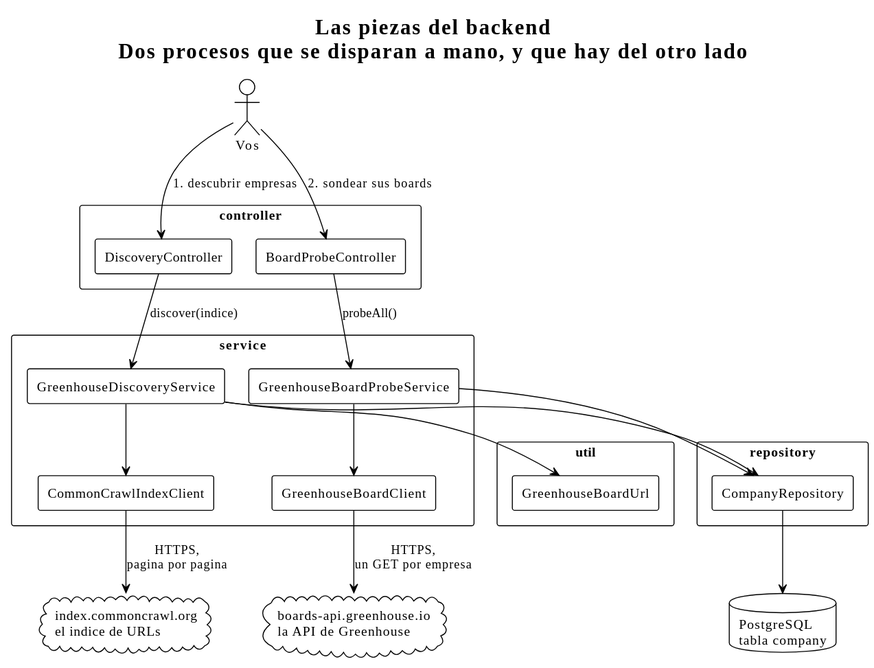
EliasNAires/oneprofile keeps this PlantUML diagram as docs/para-humanos/diagramas/panorama.svg. Above is the earlier version.
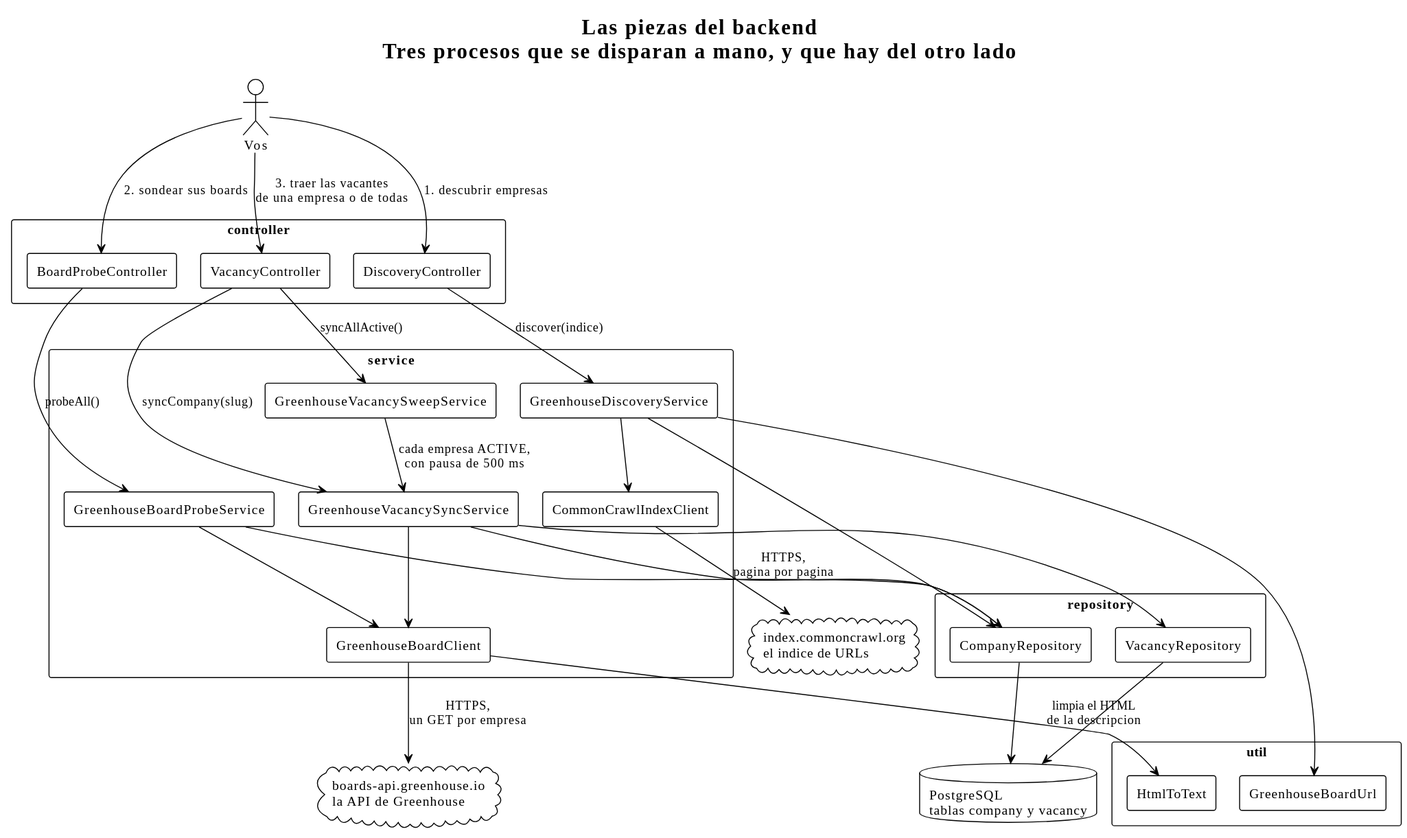
After the change.

The edit, as a diff of the source:
```diff
@@ -1,6 +1,6 @@
 @startuml
 !theme plain
-title Las piezas del backend\nDos procesos que se disparan a mano, y que hay del otro lado
+title Las piezas del backend\nTres procesos que se disparan a mano, y que hay del otro lado
 
 skinparam componentStyle rectangle
 skinparam shadowing false
@@ -12,40 +12,54 @@
 rectangle "controller" {
   [DiscoveryController] as ctrl
   [BoardProbeController] as probeCtrl
+  [VacancyController] as vacCtrl
 }
 
 rectangle "service" {
   [GreenhouseDiscoveryService] as svc
   [CommonCrawlIndexClient] as client
   [GreenhouseBoardProbeService] as probeSvc
+  [GreenhouseVacancySyncService] as vacSvc
+  [GreenhouseVacancySweepService] as sweepSvc
   [GreenhouseBoardClient] as boardClient
 }
 
 rectangle "util" {
   [GreenhouseBoardUrl] as url
+  [HtmlToText] as html
 }
 
 rectangle "repository" {
   [CompanyRepository] as repo
+  [VacancyRepository] as vacRepo
 }
 
 cloud "index.commoncrawl.org\nel indice de URLs" as cc
 cloud "boards-api.greenhouse.io\nla API de Greenhouse" as gh
-database "PostgreSQL\ntabla company" as db
+database "PostgreSQL\ntablas company y vacancy" as db
 
 you --> ctrl : 1. descubrir empresas
 you --> probeCtrl : 2. sondear sus boards
+you --> vacCtrl : 3. traer las vacantes\nde una empresa o de todas
 
 ctrl --> svc : discover(indice)
 probeCtrl --> probeSvc : probeAll()
+vacCtrl --> vacSvc : syncCompany(slug)
+vacCtrl --> sweepSvc : syncAllActive()
+sweepSvc --> vacSvc : cada empresa ACTIVE,\ncon pausa de 500 ms
 
 svc --> client
 svc --> url
 svc --> repo
 probeSvc --> boardClient
 probeSvc --> repo
+vacSvc --> boardClient
+vacSvc --> repo
+vacSvc --> vacRepo
 
 client --> cc : HTTPS,\npagina por pagina
 boardClient --> gh : HTTPS,\nun GET por empresa
+boardClient --> html : limpia el HTML\nde la descripcion
 repo --> db
+vacRepo --> db
 @enduml
```
